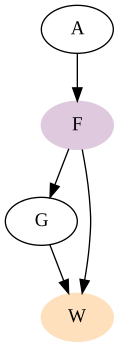
Above: graphics/homework/dot_h03_q02.png in robitalec/statistical-rethinking-colearning-2022 (Graphviz), before the change. Its source is kept beside it as graphics/homework/dot_h03_q02.dot. The source it was exported from:
```dot
digraph {
A
F [style=filled; color="#dfc9de"]
G
W [style=filled; color="#ffe0bd"]
A -> F
F -> G
F -> W
G -> W
rankdir=TB}
```
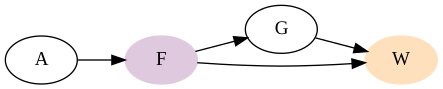
Above is the later version.

Change to the diagram source:
```diff
@@ -7,4 +7,4 @@
 F -> G
 F -> W
 G -> W
-rankdir=TB}
+rankdir=LR}
```
